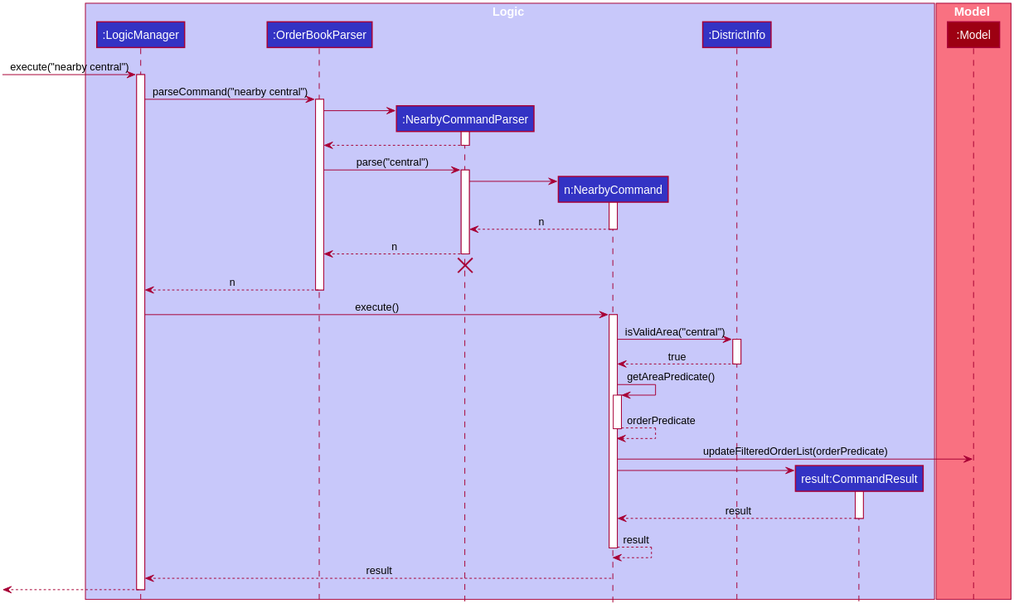
Before: docs/images/NearbyCommandSequenceDiagram2.svg, a diagram exported from PlantUML (nus-cs2103-AY1920S2/addressbook-level3). Source of this version:
```plantuml
@startuml








skinparam BackgroundColor #FFFFFFF

skinparam Shadowing false

skinparam Class {
    FontColor #FFFFFF
    BorderThickness 1
    BorderColor #FFFFFF
    StereotypeFontColor #FFFFFF
    FontName Arial
}

skinparam Actor {
    BorderColor #000000
    Color #000000
    FontName Arial
}

skinparam Sequence {
    MessageAlign center
    BoxFontSize 15
    BoxPadding 0
    BoxFontColor #FFFFFF
    FontName Arial
}

skinparam Participant {
    FontColor #FFFFFFF
    Padding 20
}

skinparam MinClassWidth 50
skinparam ParticipantPadding 10
skinparam Shadowing false
skinparam DefaultTextAlignment center
skinparam packageStyle Rectangle

hide footbox
hide members
hide circle
box Logic #C8C8FA
participant ":LogicManager" as LogicManager #3333C4
participant ":OrderBookParser" as OrderBookParser #3333C4
participant ":NearbyCommandParser" as NearbyCommandParser #3333C4
participant "n:NearbyCommand" as NearbyCommand #3333C4
participant ":DistrictInfo" as DistrictInfo #3333C4
participant "result:CommandResult" as CommandResult #3333C4
end box

box Model #F97181
participant ":Model" as Model #9D0012
end box

[-> LogicManager : execute("nearby central")
activate LogicManager

LogicManager -> OrderBookParser : parseCommand("nearby central")
activate OrderBookParser

create NearbyCommandParser
OrderBookParser -> NearbyCommandParser
activate NearbyCommandParser

NearbyCommandParser --> OrderBookParser
deactivate NearbyCommandParser

OrderBookParser -> NearbyCommandParser : parse("central")
activate NearbyCommandParser

create NearbyCommand
NearbyCommandParser -> NearbyCommand
activate NearbyCommand

NearbyCommand --> NearbyCommandParser : n
deactivate NearbyCommand

NearbyCommandParser --> OrderBookParser : n
deactivate NearbyCommandParser
NearbyCommandParser -[hidden]-> OrderBookParser
destroy NearbyCommandParser

OrderBookParser --> LogicManager : n
deactivate OrderBookParser

LogicManager -> NearbyCommand : execute()
activate NearbyCommand

NearbyCommand -> DistrictInfo: isValidArea("central")
activate DistrictInfo
DistrictInfo --> NearbyCommand: true
deactivate DistrictInfo

NearbyCommand -> NearbyCommand: getAreaPredicate()
activate NearbyCommand
NearbyCommand --> NearbyCommand: orderPredicate
deactivate NearbyCommand

NearbyCommand -> Model: updateFilteredOrderList(orderPredicate)

create CommandResult
NearbyCommand -> CommandResult
activate CommandResult

CommandResult --> NearbyCommand: result
deactivate CommandResult
NearbyCommand --> NearbyCommand: result
deactivate NearbyCommand

NearbyCommand --> LogicManager : result
deactivate NearbyCommand

[<--LogicManager
deactivate LogicManager
@enduml
```
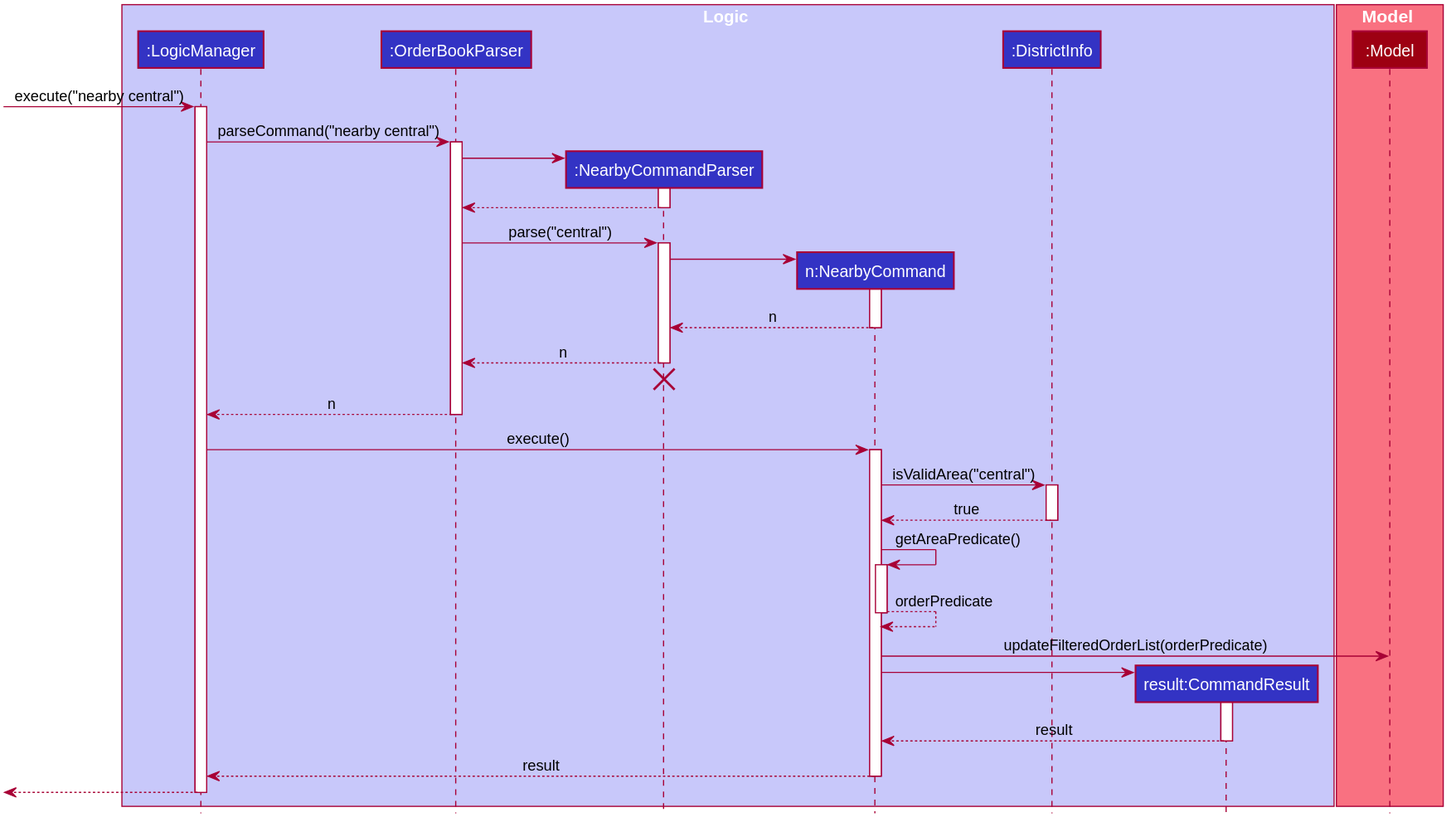
Later version of the same file.

Commit message:
Fix bug in Sequence Diagram for Nearby Command

Change to the diagram source:
```diff
@@ -1,11 +1,4 @@
 @startuml
-
-
-
-
-
-
-
 
 skinparam BackgroundColor #FFFFFFF
 
@@ -112,8 +105,6 @@
 
 CommandResult --> NearbyCommand: result
 deactivate CommandResult
-NearbyCommand --> NearbyCommand: result
-deactivate NearbyCommand
 
 NearbyCommand --> LogicManager : result
 deactivate NearbyCommand
```
